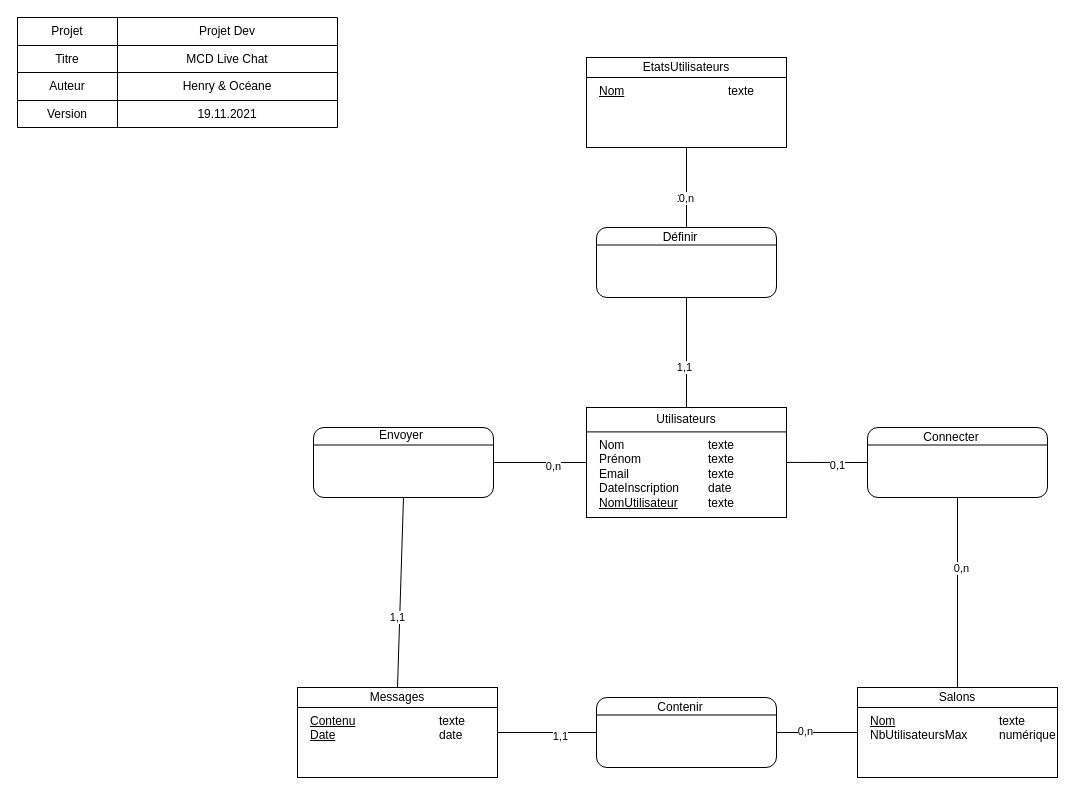
Before: MCD-MLD-BD/MCD_OH.drawio in oceanetorche/livechat, a draw.io diagram. Source tidied: cells renumbered, new cells numbered last; positions are measured from the earlier drawing's top-left corner, leaving out a move shared by most shapes. Both pictures are drawn from the tidied source at 100%, with x=0, y=0 at pixel (17, 17).
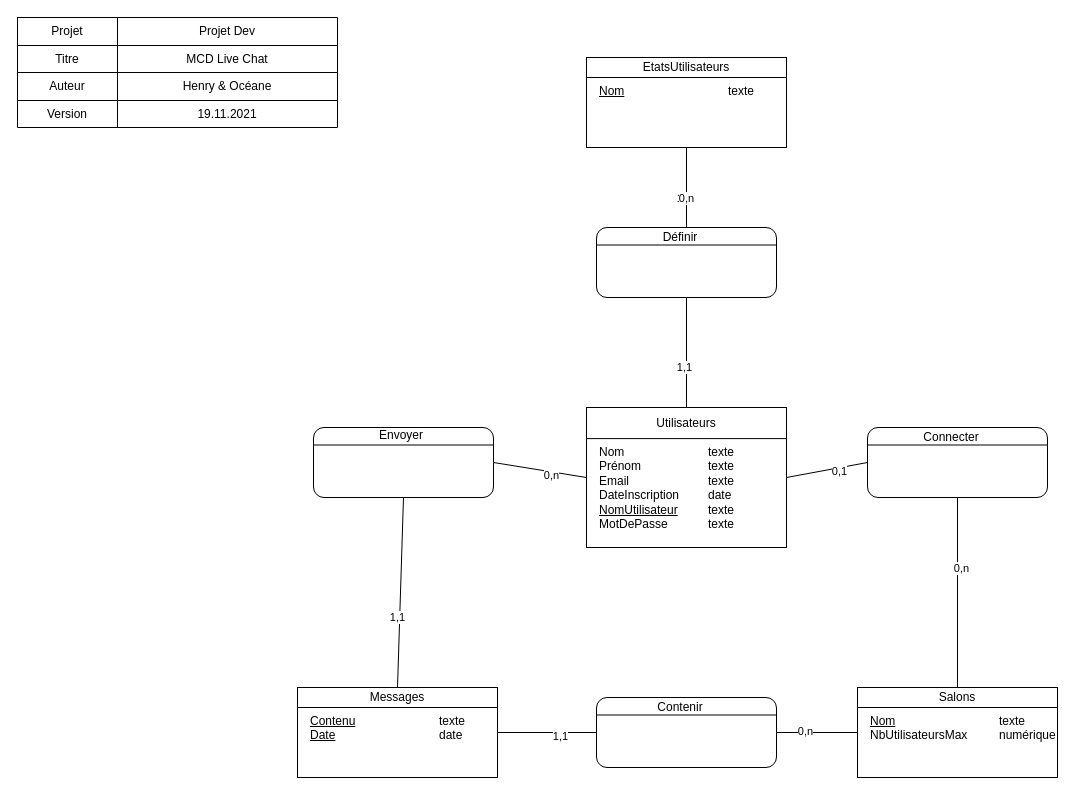
The same page after the edit.

The edit, as a diff of the source:
```diff
@@
     <mxCell id="25" style="group;" parent="1" vertex="1">
-      <mxGeometry x="569" y="390" width="200" height="110" as="geometry" />
+      <mxGeometry x="569" y="390" width="200" height="140" as="geometry" />
     </mxCell>
     <mxCell id="26" value="&lt;div style=&quot;box-sizing: border-box ; width: 100% ; padding: 2px&quot;&gt;&lt;br&gt;&lt;/div&gt;" style="verticalAlign=top;align=center;overflow=fill;html=1;rounded=0;shadow=0;comic=0;labelBackgroundColor=none;strokeColor=#000000;strokeWidth=1;fillColor=#ffffff;fontFamily=Verdana;fontSize=12;fontColor=#000000;" parent="25" vertex="1">
-      <mxGeometry width="200" height="110" as="geometry" />
+      <mxGeometry width="200" height="140" as="geometry" />
     </mxCell>
     <mxCell id="27" value="Utilisateurs" style="rounded=0;whiteSpace=wrap;html=1;" parent="25" vertex="1">
-      <mxGeometry width="200" height="24.4" as="geometry" />
+      <mxGeometry width="200" height="31.1" as="geometry" />
     </mxCell>
-    <mxCell id="28" value="Nom&lt;br&gt;Prénom&lt;br&gt;Email&lt;br&gt;DateInscription&lt;br&gt;&lt;u&gt;NomUtilisateur&lt;/u&gt;" style="text;html=1;strokeColor=none;fillColor=none;align=left;verticalAlign=top;whiteSpace=wrap;rounded=0;" parent="25" vertex="1">
-      <mxGeometry x="11" y="24.4" width="90" height="73.3" as="geometry" />
+    <mxCell id="28" value="Nom&lt;br&gt;Prénom&lt;br&gt;Email&lt;br&gt;DateInscription&lt;br&gt;&lt;u&gt;NomUtilisateur&lt;/u&gt;&lt;br&gt;MotDePasse" style="text;html=1;strokeColor=none;fillColor=none;align=left;verticalAlign=top;whiteSpace=wrap;rounded=0;" parent="25" vertex="1">
+      <mxGeometry x="11" y="31.1" width="90" height="93.3" as="geometry" />
     </mxCell>
-    <mxCell id="29" value="texte&lt;br&gt;texte&lt;br&gt;texte&lt;br&gt;date&lt;br&gt;texte" style="text;html=1;strokeColor=none;fillColor=none;align=left;verticalAlign=top;whiteSpace=wrap;rounded=0;" parent="25" vertex="1">
-      <mxGeometry x="120" y="24.4" width="80" height="61.1" as="geometry" />
+    <mxCell id="29" value="texte&lt;br&gt;texte&lt;br&gt;texte&lt;br&gt;date&lt;br&gt;texte&lt;br&gt;texte" style="text;html=1;strokeColor=none;fillColor=none;align=left;verticalAlign=top;whiteSpace=wrap;rounded=0;" parent="25" vertex="1">
+      <mxGeometry x="120" y="31.1" width="80" height="77.8" as="geometry" />
     </mxCell>
```
